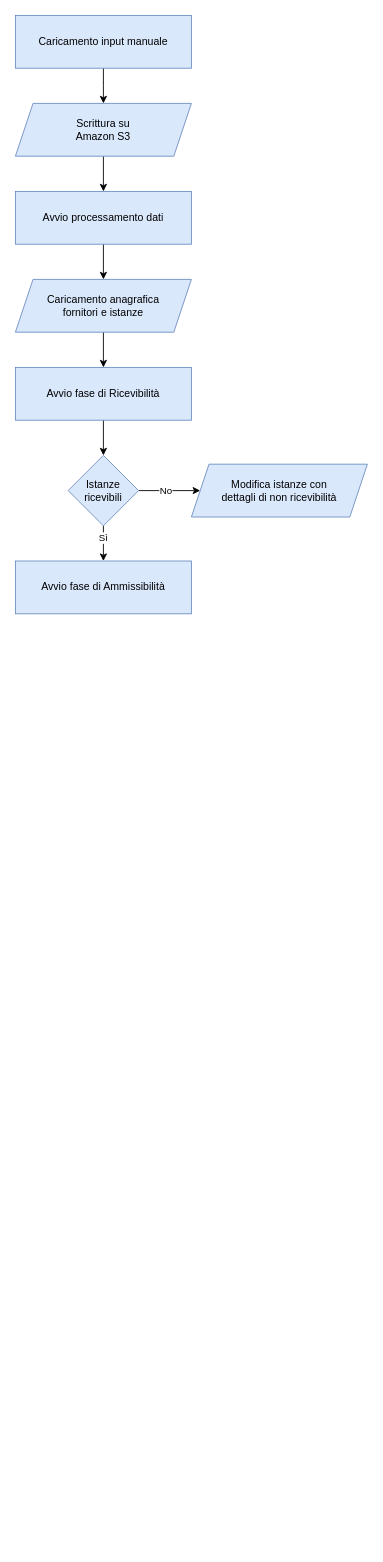
Earlier version of the draw.io diagram Untitled Diagram.drawio (dortolani/drawio). Source tidied: cells renumbered, new cells numbered last; positions are measured from the earlier drawing's top-left corner, leaving out a move shared by most shapes. Both pictures are drawn from the tidied source at 88%, with x=0, y=0 at pixel (15, 15).
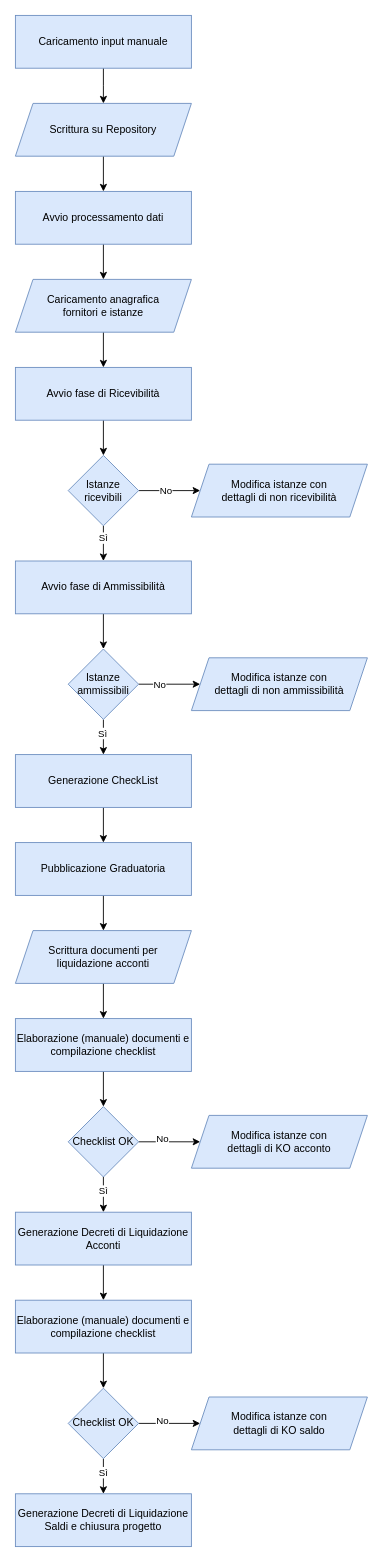
After the change.

Commit message (it also covers changes not shown here):
Regione Sicilia Istruzione - Flusso istanze

Unchanged cells that the change refers to:
```xml
<mxCell id="12" value="Avvio fase di Ammissibilità" style="rounded=0;whiteSpace=wrap;html=1;fillColor=#dae8fc;strokeColor=#6c8ebf;" parent="1" vertex="1">
  <mxGeometry y="620" width="200" height="60" as="geometry" />
</mxCell>
```

Change to the diagram source:
```diff
@@
-    <mxCell id="5" value="Scrittura su&lt;div&gt;Amazon S3&lt;/div&gt;" style="shape=parallelogram;perimeter=parallelogramPerimeter;whiteSpace=wrap;html=1;fixedSize=1;fillColor=#dae8fc;strokeColor=#6c8ebf;" parent="1" vertex="1">
+    <mxCell id="5" value="Scrittura su&amp;nbsp;&lt;span style=&quot;background-color: initial;&quot;&gt;Repository&lt;/span&gt;" style="shape=parallelogram;perimeter=parallelogramPerimeter;whiteSpace=wrap;html=1;fixedSize=1;fillColor=#dae8fc;strokeColor=#6c8ebf;" parent="1" vertex="1">
       <mxGeometry y="100" width="200" height="60" as="geometry" />
     </mxCell>
@@
+    <mxCell id="19" style="edgeStyle=orthogonalEdgeStyle;rounded=0;jettySize=auto;html=1;exitX=0.5;exitY=1;exitDx=0;exitDy=0;entryX=0.5;entryY=0;entryDx=0;entryDy=0;" parent="1" edge="1" source="12" target="24">
+      <mxGeometry relative="1" as="geometry" />
+    </mxCell>
@@
+    <mxCell id="20" style="edgeStyle=orthogonalEdgeStyle;rounded=0;jettySize=auto;html=1;exitX=1;exitY=0.5;exitDx=0;exitDy=0;entryX=0;entryY=0.5;entryDx=0;entryDy=0;" parent="1" edge="1" source="24" target="25">
+      <mxGeometry relative="1" as="geometry" />
+    </mxCell>
+    <mxCell id="21" value="No" style="edgeLabel;html=1;align=center;verticalAlign=middle;" parent="20" vertex="1">
+      <mxGeometry x="-0.34" relative="1" as="geometry" />
+    </mxCell>
+    <mxCell id="22" style="edgeStyle=orthogonalEdgeStyle;rounded=0;jettySize=auto;html=1;exitX=0.5;exitY=1;exitDx=0;exitDy=0;entryX=0.5;entryY=0;entryDx=0;entryDy=0;" parent="1" edge="1" source="24" target="27">
+      <mxGeometry relative="1" as="geometry" />
+    </mxCell>
+    <mxCell id="23" value="Sì" style="edgeLabel;html=1;align=center;verticalAlign=middle;" parent="22" vertex="1">
+      <mxGeometry x="-0.25" y="-2" relative="1" as="geometry" />
+    </mxCell>
+    <mxCell id="24" value="Istanze ammissibili" style="rhombus;whiteSpace=wrap;html=1;fillColor=#dae8fc;strokeColor=#6c8ebf;" parent="1" vertex="1">
+      <mxGeometry x="60" y="720" width="80" height="80" as="geometry" />
+    </mxCell>
+    <mxCell id="25" value="Modifica istanze con&lt;div&gt;dettagli di non ammissibilità&lt;/div&gt;" style="shape=parallelogram;perimeter=parallelogramPerimeter;whiteSpace=wrap;html=1;fixedSize=1;fillColor=#dae8fc;strokeColor=#6c8ebf;" parent="1" vertex="1">
+      <mxGeometry x="200" y="730" width="200" height="60" as="geometry" />
+    </mxCell>
+    <mxCell id="26" style="edgeStyle=orthogonalEdgeStyle;rounded=0;jettySize=auto;html=1;exitX=0.5;exitY=1;exitDx=0;exitDy=0;entryX=0.5;entryY=0;entryDx=0;entryDy=0;" parent="1" edge="1" source="27" target="29">
+      <mxGeometry relative="1" as="geometry" />
+    </mxCell>
+    <mxCell id="27" value="Generazione CheckList" style="rounded=0;whiteSpace=wrap;html=1;fillColor=#dae8fc;strokeColor=#6c8ebf;" parent="1" vertex="1">
+      <mxGeometry y="840" width="200" height="60" as="geometry" />
+    </mxCell>
+    <mxCell id="28" style="edgeStyle=orthogonalEdgeStyle;rounded=0;jettySize=auto;html=1;exitX=0.5;exitY=1;exitDx=0;exitDy=0;entryX=0.5;entryY=0;entryDx=0;entryDy=0;" parent="1" edge="1" source="29" target="31">
+      <mxGeometry relative="1" as="geometry" />
+    </mxCell>
+    <mxCell id="29" value="Pubblicazione Graduatoria" style="rounded=0;whiteSpace=wrap;html=1;fillColor=#dae8fc;strokeColor=#6c8ebf;" parent="1" vertex="1">
+      <mxGeometry y="940" width="200" height="60" as="geometry" />
+    </mxCell>
+    <mxCell id="30" style="edgeStyle=orthogonalEdgeStyle;rounded=0;jettySize=auto;html=1;exitX=0.5;exitY=1;exitDx=0;exitDy=0;entryX=0.5;entryY=0;entryDx=0;entryDy=0;" parent="1" edge="1" source="31" target="33">
+      <mxGeometry relative="1" as="geometry" />
+    </mxCell>
+    <mxCell id="31" value="Scrittura documenti per&lt;div&gt;liquidazione acconti&lt;/div&gt;" style="shape=parallelogram;perimeter=parallelogramPerimeter;whiteSpace=wrap;html=1;fixedSize=1;fillColor=#dae8fc;strokeColor=#6c8ebf;" parent="1" vertex="1">
+      <mxGeometry y="1040" width="200" height="60" as="geometry" />
+    </mxCell>
+    <mxCell id="32" style="edgeStyle=orthogonalEdgeStyle;rounded=0;jettySize=auto;html=1;exitX=0.5;exitY=1;exitDx=0;exitDy=0;entryX=0.5;entryY=0;entryDx=0;entryDy=0;" parent="1" edge="1" source="33" target="38">
+      <mxGeometry relative="1" as="geometry" />
+    </mxCell>
+    <mxCell id="33" value="Elaborazione (manuale) documenti e compilazione checklist" style="rounded=0;whiteSpace=wrap;html=1;fillColor=#dae8fc;strokeColor=#6c8ebf;" parent="1" vertex="1">
+      <mxGeometry y="1140" width="200" height="60" as="geometry" />
+    </mxCell>
+    <mxCell id="34" style="edgeStyle=orthogonalEdgeStyle;rounded=0;jettySize=auto;html=1;exitX=1;exitY=0.5;exitDx=0;exitDy=0;" parent="1" edge="1" source="38" target="39">
+      <mxGeometry relative="1" as="geometry" />
+    </mxCell>
+    <mxCell id="35" value="No" style="edgeLabel;html=1;align=center;verticalAlign=middle;" parent="34" vertex="1">
+      <mxGeometry x="-0.26" y="4" relative="1" as="geometry" />
+    </mxCell>
+    <mxCell id="36" style="edgeStyle=orthogonalEdgeStyle;rounded=0;jettySize=auto;html=1;exitX=0.5;exitY=1;exitDx=0;exitDy=0;entryX=0.5;entryY=0;entryDx=0;entryDy=0;" parent="1" edge="1" source="38" target="41">
+      <mxGeometry relative="1" as="geometry" />
+    </mxCell>
+    <mxCell id="37" value="Sì" style="edgeLabel;html=1;align=center;verticalAlign=middle;" parent="36" vertex="1">
+      <mxGeometry x="-0.25" y="-1" relative="1" as="geometry" />
+    </mxCell>
+    <mxCell id="38" value="Checklist OK" style="rhombus;whiteSpace=wrap;html=1;fillColor=#dae8fc;strokeColor=#6c8ebf;" parent="1" vertex="1">
+      <mxGeometry x="60" y="1240" width="80" height="80" as="geometry" />
+    </mxCell>
+    <mxCell id="39" value="Modifica istanze con&lt;div&gt;dettagli di KO acconto&lt;/div&gt;" style="shape=parallelogram;perimeter=parallelogramPerimeter;whiteSpace=wrap;html=1;fixedSize=1;fillColor=#dae8fc;strokeColor=#6c8ebf;" parent="1" vertex="1">
+      <mxGeometry x="200" y="1250" width="200" height="60" as="geometry" />
+    </mxCell>
+    <mxCell id="40" style="edgeStyle=orthogonalEdgeStyle;rounded=0;jettySize=auto;html=1;exitX=0.5;exitY=1;exitDx=0;exitDy=0;" parent="1" edge="1" source="41" target="43">
+      <mxGeometry relative="1" as="geometry" />
+    </mxCell>
+    <mxCell id="41" value="Generazione Decreti di Liquidazione Acconti" style="rounded=0;whiteSpace=wrap;html=1;fillColor=#dae8fc;strokeColor=#6c8ebf;" parent="1" vertex="1">
+      <mxGeometry y="1360" width="200" height="60" as="geometry" />
+    </mxCell>
+    <mxCell id="42" style="edgeStyle=orthogonalEdgeStyle;rounded=0;jettySize=auto;html=1;exitX=0.5;exitY=1;exitDx=0;exitDy=0;entryX=0.5;entryY=0;entryDx=0;entryDy=0;" parent="1" edge="1" source="43" target="48">
+      <mxGeometry relative="1" as="geometry" />
+    </mxCell>
+    <mxCell id="43" value="Elaborazione (manuale) documenti e compilazione checklist" style="rounded=0;whiteSpace=wrap;html=1;fillColor=#dae8fc;strokeColor=#6c8ebf;" parent="1" vertex="1">
+      <mxGeometry y="1460" width="200" height="60" as="geometry" />
+    </mxCell>
+    <mxCell id="44" style="edgeStyle=orthogonalEdgeStyle;rounded=0;jettySize=auto;html=1;exitX=1;exitY=0.5;exitDx=0;exitDy=0;" parent="1" edge="1" source="48" target="49">
+      <mxGeometry relative="1" as="geometry" />
+    </mxCell>
+    <mxCell id="45" value="No" style="edgeLabel;html=1;align=center;verticalAlign=middle;" parent="44" vertex="1">
+      <mxGeometry x="-0.26" y="4" relative="1" as="geometry" />
+    </mxCell>
+    <mxCell id="46" style="edgeStyle=orthogonalEdgeStyle;rounded=0;jettySize=auto;html=1;exitX=0.5;exitY=1;exitDx=0;exitDy=0;entryX=0.5;entryY=0;entryDx=0;entryDy=0;" parent="1" edge="1" source="48" target="50">
+      <mxGeometry relative="1" as="geometry" />
+    </mxCell>
+    <mxCell id="47" value="Sì" style="edgeLabel;html=1;align=center;verticalAlign=middle;" parent="46" vertex="1">
+      <mxGeometry x="-0.25" y="-1" relative="1" as="geometry" />
+    </mxCell>
+    <mxCell id="48" value="Checklist OK" style="rhombus;whiteSpace=wrap;html=1;fillColor=#dae8fc;strokeColor=#6c8ebf;" parent="1" vertex="1">
+      <mxGeometry x="60" y="1560" width="80" height="80" as="geometry" />
+    </mxCell>
+    <mxCell id="49" value="Modifica istanze con&lt;div&gt;dettagli di KO saldo&lt;/div&gt;" style="shape=parallelogram;perimeter=parallelogramPerimeter;whiteSpace=wrap;html=1;fixedSize=1;fillColor=#dae8fc;strokeColor=#6c8ebf;" parent="1" vertex="1">
+      <mxGeometry x="200" y="1570" width="200" height="60" as="geometry" />
+    </mxCell>
+    <mxCell id="50" value="Generazione Decreti di Liquidazione Saldi e chiusura progetto" style="rounded=0;whiteSpace=wrap;html=1;fillColor=#dae8fc;strokeColor=#6c8ebf;" parent="1" vertex="1">
+      <mxGeometry y="1680" width="200" height="60" as="geometry" />
+    </mxCell>
```
